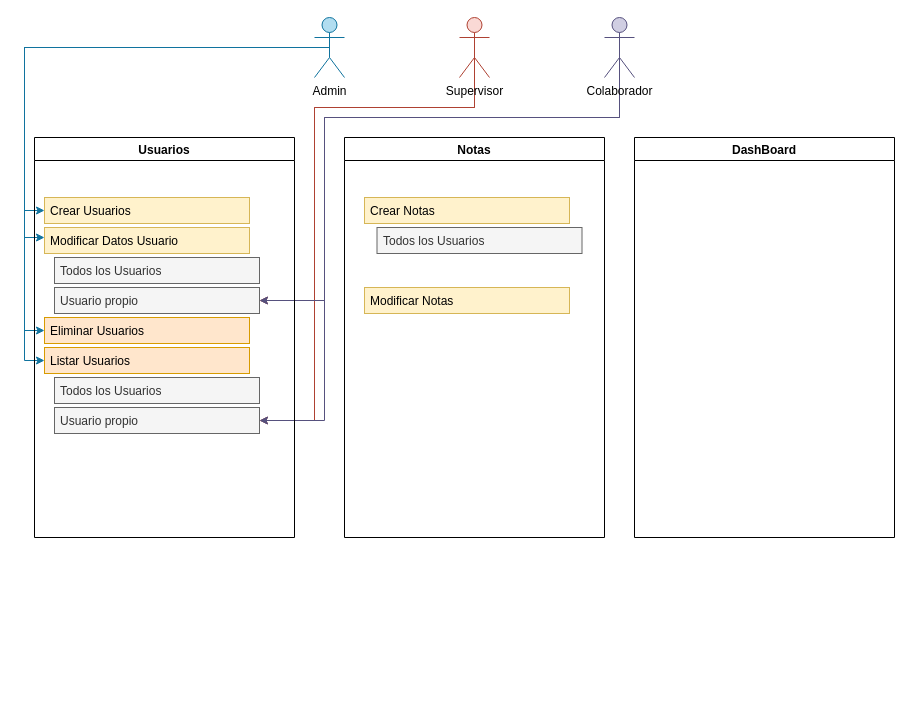
Above: config/todoApp++.drawio in DANIELNAHUN/todo-app- (draw.io), before the change. Source tidied: cells renumbered, new cells numbered last; positions are measured from the earlier drawing's top-left corner, leaving out a move shared by most shapes. Both pictures are drawn from the tidied source at 100%, with x=0, y=0 at pixel (24, 17).
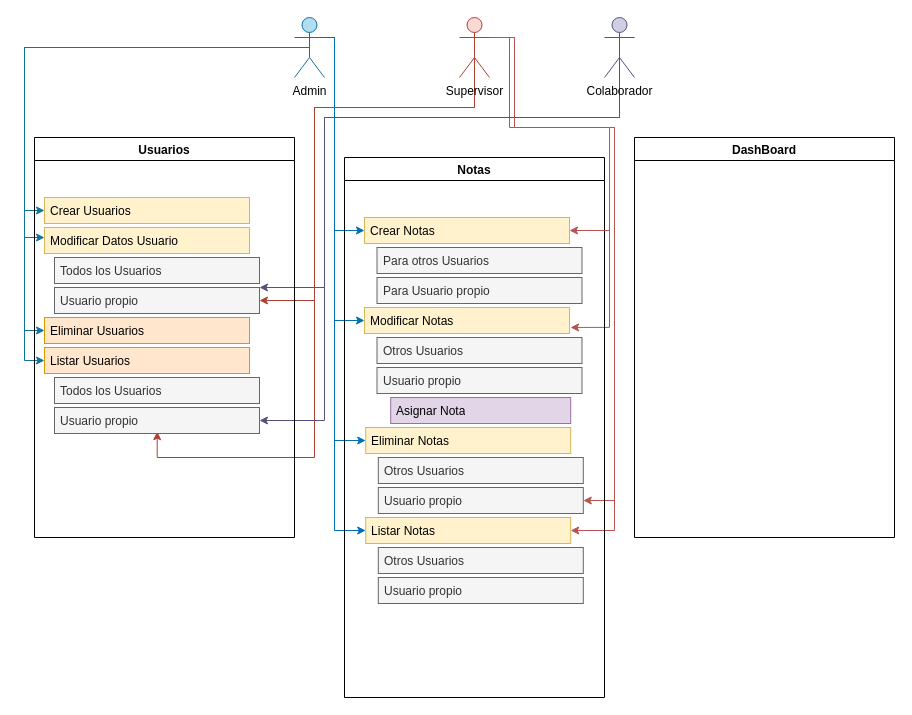
Above is the later version.

Commit message:
Modulo Notas Usuario Admin y Sup

Unchanged cells that the change refers to:
```xml
<mxCell id="9" value="Supervisor" style="shape=umlActor;verticalLabelPosition=bottom;verticalAlign=top;html=1;outlineConnect=0;fillColor=#fad9d5;strokeColor=#ae4132;" parent="1" vertex="1">
  <mxGeometry x="435" width="30" height="60" as="geometry" />
</mxCell>
<mxCell id="12" value="Colaborador" style="shape=umlActor;verticalLabelPosition=bottom;verticalAlign=top;html=1;outlineConnect=0;fillColor=#d0cee2;strokeColor=#56517e;" parent="1" vertex="1">
  <mxGeometry x="580" width="30" height="60" as="geometry" />
</mxCell>
<mxCell id="19" value="Usuario propio" style="text;strokeColor=#666666;fillColor=#f5f5f5;align=left;verticalAlign=top;spacingLeft=4;spacingRight=4;overflow=hidden;points=[[0,0.5],[1,0.5]];portConstraint=eastwest;whiteSpace=wrap;html=1;fontColor=#333333;" parent="13" vertex="1">
  <mxGeometry x="20" y="150" width="205" height="26" as="geometry" />
</mxCell>
<mxCell id="21" value="Usuario propio" style="text;strokeColor=#666666;fillColor=#f5f5f5;align=left;verticalAlign=top;spacingLeft=4;spacingRight=4;overflow=hidden;points=[[0,0.5],[1,0.5]];portConstraint=eastwest;whiteSpace=wrap;html=1;fontColor=#333333;" parent="13" vertex="1">
  <mxGeometry x="20" y="270" width="205" height="26" as="geometry" />
</mxCell>
<mxCell id="23" value="Crear Notas" style="text;strokeColor=#d6b656;fillColor=#fff2cc;align=left;verticalAlign=top;spacingLeft=4;spacingRight=4;overflow=hidden;points=[[0,0.5],[1,0.5]];portConstraint=eastwest;whiteSpace=wrap;html=1;" parent="22" vertex="1">
  <mxGeometry x="20" y="60" width="205" height="26" as="geometry" />
</mxCell>
<mxCell id="24" value="Modificar Notas" style="text;strokeColor=#d6b656;fillColor=#fff2cc;align=left;verticalAlign=top;spacingLeft=4;spacingRight=4;overflow=hidden;points=[[0,0.5],[1,0.5]];portConstraint=eastwest;whiteSpace=wrap;html=1;" parent="22" vertex="1">
  <mxGeometry x="20" y="150" width="205" height="26" as="geometry" />
</mxCell>
```

The edit, as a diff of the source:
```diff
@@
+    <mxCell id="27" style="edgeStyle=orthogonalEdgeStyle;rounded=0;jettySize=auto;html=1;exitX=1;exitY=0.3333333333333333;exitDx=0;exitDy=0;exitPerimeter=0;entryX=0;entryY=0.5;entryDx=0;entryDy=0;fillColor=#1ba1e2;strokeColor=#006EAF;" parent="1" edge="1" source="6" target="23">
+      <mxGeometry relative="1" as="geometry">
+        <Array as="points">
+          <mxPoint x="310" y="20" />
+          <mxPoint x="310" y="213" />
+        </Array>
+      </mxGeometry>
+    </mxCell>
+    <mxCell id="28" style="edgeStyle=orthogonalEdgeStyle;rounded=0;jettySize=auto;html=1;exitX=1;exitY=0.3333333333333333;exitDx=0;exitDy=0;exitPerimeter=0;entryX=0;entryY=0.5;entryDx=0;entryDy=0;fillColor=#1ba1e2;strokeColor=#006EAF;" parent="1" edge="1" source="6" target="24">
+      <mxGeometry relative="1" as="geometry">
+        <Array as="points">
+          <mxPoint x="310" y="20" />
+          <mxPoint x="310" y="303" />
+        </Array>
+      </mxGeometry>
+    </mxCell>
+    <mxCell id="29" style="edgeStyle=orthogonalEdgeStyle;rounded=0;jettySize=auto;html=1;exitX=1;exitY=0.3333333333333333;exitDx=0;exitDy=0;exitPerimeter=0;entryX=0;entryY=0.5;entryDx=0;entryDy=0;fillColor=#1ba1e2;strokeColor=#006EAF;" parent="1" edge="1" source="6" target="37">
+      <mxGeometry relative="1" as="geometry">
+        <Array as="points">
+          <mxPoint x="310" y="20" />
+          <mxPoint x="310" y="423" />
+        </Array>
+      </mxGeometry>
+    </mxCell>
+    <mxCell id="30" style="edgeStyle=orthogonalEdgeStyle;rounded=0;jettySize=auto;html=1;exitX=1;exitY=0.3333333333333333;exitDx=0;exitDy=0;exitPerimeter=0;entryX=0;entryY=0.5;entryDx=0;entryDy=0;fillColor=#1ba1e2;strokeColor=#006EAF;" parent="1" edge="1" source="6" target="40">
+      <mxGeometry relative="1" as="geometry">
+        <Array as="points">
+          <mxPoint x="310" y="20" />
+          <mxPoint x="310" y="513" />
+        </Array>
+      </mxGeometry>
+    </mxCell>
     <mxCell id="6" value="Admin" style="shape=umlActor;verticalLabelPosition=bottom;verticalAlign=top;html=1;outlineConnect=0;fillColor=#b1ddf0;strokeColor=#10739e;" parent="1" vertex="1">
-      <mxGeometry x="290" width="30" height="60" as="geometry" />
+      <mxGeometry x="270" width="30" height="60" as="geometry" />
     </mxCell>
@@
-    <mxCell id="8" style="edgeStyle=orthogonalEdgeStyle;rounded=0;jettySize=auto;html=1;exitX=0.5;exitY=0.5;exitDx=0;exitDy=0;exitPerimeter=0;entryX=1;entryY=0.5;entryDx=0;entryDy=0;fillColor=#fad9d5;strokeColor=#ae4132;" parent="1" edge="1" source="9" target="21">
+    <mxCell id="8" style="edgeStyle=orthogonalEdgeStyle;rounded=0;jettySize=auto;html=1;exitX=0.5;exitY=0.5;exitDx=0;exitDy=0;exitPerimeter=0;fillColor=#fad9d5;strokeColor=#ae4132;entryX=0.501;entryY=0.931;entryDx=0;entryDy=0;entryPerimeter=0;" parent="1" edge="1" source="9" target="21">
       <mxGeometry relative="1" as="geometry">
         <Array as="points">
           <mxPoint x="450" y="90" />
           <mxPoint x="290" y="90" />
-          <mxPoint x="290" y="403" />
+          <mxPoint x="290" y="440" />
+          <mxPoint x="133" y="440" />
         </Array>
       </mxGeometry>
     </mxCell>
+    <mxCell id="31" style="edgeStyle=orthogonalEdgeStyle;rounded=0;jettySize=auto;html=1;exitX=1;exitY=0.3333333333333333;exitDx=0;exitDy=0;exitPerimeter=0;fillColor=#f8cecc;strokeColor=#b85450;entryX=1.005;entryY=0.767;entryDx=0;entryDy=0;entryPerimeter=0;" parent="1" edge="1" target="24">
+      <mxGeometry relative="1" as="geometry">
+        <mxPoint x="460" y="20" as="sourcePoint" />
+        <Array as="points">
+          <mxPoint x="485" y="20" />
+          <mxPoint x="485" y="110" />
+          <mxPoint x="585" y="110" />
+          <mxPoint x="585" y="310" />
+        </Array>
+      </mxGeometry>
+    </mxCell>
+    <mxCell id="32" style="edgeStyle=orthogonalEdgeStyle;rounded=0;jettySize=auto;html=1;exitX=1;exitY=0.3333333333333333;exitDx=0;exitDy=0;exitPerimeter=0;entryX=1;entryY=0.5;entryDx=0;entryDy=0;fillColor=#f8cecc;gradientColor=#ea6b66;strokeColor=#b85450;" parent="1" edge="1" source="9" target="39">
+      <mxGeometry relative="1" as="geometry">
+        <Array as="points">
+          <mxPoint x="490" y="20" />
+          <mxPoint x="490" y="110" />
+          <mxPoint x="590" y="110" />
+          <mxPoint x="590" y="483" />
+        </Array>
+      </mxGeometry>
+    </mxCell>
+    <mxCell id="33" style="edgeStyle=orthogonalEdgeStyle;rounded=0;jettySize=auto;html=1;exitX=1;exitY=0.3333333333333333;exitDx=0;exitDy=0;exitPerimeter=0;entryX=1;entryY=0.5;entryDx=0;entryDy=0;fillColor=#f8cecc;gradientColor=#ea6b66;strokeColor=#b85450;" parent="1" edge="1" source="9" target="40">
+      <mxGeometry relative="1" as="geometry">
+        <Array as="points">
+          <mxPoint x="490" y="20" />
+          <mxPoint x="490" y="110" />
+          <mxPoint x="590" y="110" />
+          <mxPoint x="590" y="513" />
+        </Array>
+      </mxGeometry>
+    </mxCell>
@@
-    <mxCell id="10" style="edgeStyle=orthogonalEdgeStyle;rounded=0;jettySize=auto;html=1;exitX=0.5;exitY=0.5;exitDx=0;exitDy=0;exitPerimeter=0;entryX=1;entryY=0.5;entryDx=0;entryDy=0;fillColor=#d0cee2;strokeColor=#56517e;" parent="1" edge="1" source="12" target="19">
+    <mxCell id="10" style="edgeStyle=orthogonalEdgeStyle;rounded=0;jettySize=auto;html=1;exitX=0.5;exitY=0.5;exitDx=0;exitDy=0;exitPerimeter=0;fillColor=#d0cee2;strokeColor=#56517e;" parent="1" edge="1" source="12" target="19">
       <mxGeometry relative="1" as="geometry">
         <Array as="points">
           <mxPoint x="595" y="100" />
           <mxPoint x="300" y="100" />
-          <mxPoint x="300" y="283" />
+          <mxPoint x="300" y="270" />
         </Array>
       </mxGeometry>
     </mxCell>
@@
     <mxCell id="22" value="Notas" style="swimlane;" parent="1" vertex="1">
-      <mxGeometry x="320" y="120" width="260" height="400" as="geometry" />
+      <mxGeometry x="320" y="140" width="260" height="540" as="geometry" />
     </mxCell>
@@
-    <mxCell id="25" value="Todos los Usuarios" style="text;strokeColor=#666666;fillColor=#f5f5f5;align=left;verticalAlign=top;spacingLeft=4;spacingRight=4;overflow=hidden;whiteSpace=wrap;html=1;fontColor=#333333;" parent="22" vertex="1">
+    <mxCell id="25" value="Para otros Usuarios" style="text;strokeColor=#666666;fillColor=#f5f5f5;align=left;verticalAlign=top;spacingLeft=4;spacingRight=4;overflow=hidden;whiteSpace=wrap;html=1;fontColor=#333333;" parent="22" vertex="1">
       <mxGeometry x="32.5" y="90" width="205" height="26" as="geometry" />
     </mxCell>
+    <mxCell id="34" value="Para Usuario propio" style="text;strokeColor=#666666;fillColor=#f5f5f5;align=left;verticalAlign=top;spacingLeft=4;spacingRight=4;overflow=hidden;whiteSpace=wrap;html=1;fontColor=#333333;" parent="22" vertex="1">
+      <mxGeometry x="32.5" y="120" width="205" height="26" as="geometry" />
+    </mxCell>
+    <mxCell id="35" value="Otros Usuarios" style="text;strokeColor=#666666;fillColor=#f5f5f5;align=left;verticalAlign=top;spacingLeft=4;spacingRight=4;overflow=hidden;whiteSpace=wrap;html=1;fontColor=#333333;" parent="22" vertex="1">
+      <mxGeometry x="32.5" y="180" width="205" height="26" as="geometry" />
+    </mxCell>
+    <mxCell id="36" value="Usuario propio" style="text;strokeColor=#666666;fillColor=#f5f5f5;align=left;verticalAlign=top;spacingLeft=4;spacingRight=4;overflow=hidden;whiteSpace=wrap;html=1;fontColor=#333333;" parent="22" vertex="1">
+      <mxGeometry x="32.5" y="210" width="205" height="26" as="geometry" />
+    </mxCell>
+    <mxCell id="37" value="Eliminar Notas" style="text;strokeColor=#d6b656;fillColor=#fff2cc;align=left;verticalAlign=top;spacingLeft=4;spacingRight=4;overflow=hidden;points=[[0,0.5],[1,0.5]];portConstraint=eastwest;whiteSpace=wrap;html=1;" parent="22" vertex="1">
+      <mxGeometry x="21.2" y="270" width="205" height="26" as="geometry" />
+    </mxCell>
+    <mxCell id="38" value="Otros Usuarios" style="text;strokeColor=#666666;fillColor=#f5f5f5;align=left;verticalAlign=top;spacingLeft=4;spacingRight=4;overflow=hidden;whiteSpace=wrap;html=1;fontColor=#333333;" parent="22" vertex="1">
+      <mxGeometry x="33.8" y="300" width="205" height="26" as="geometry" />
+    </mxCell>
+    <mxCell id="39" value="Usuario propio" style="text;strokeColor=#666666;fillColor=#f5f5f5;align=left;verticalAlign=top;spacingLeft=4;spacingRight=4;overflow=hidden;points=[[0,0.5],[1,0.5]];portConstraint=eastwest;whiteSpace=wrap;html=1;fontColor=#333333;" parent="22" vertex="1">
+      <mxGeometry x="33.8" y="330" width="205" height="26" as="geometry" />
+    </mxCell>
+    <mxCell id="40" value="Listar Notas" style="text;strokeColor=#d6b656;fillColor=#fff2cc;align=left;verticalAlign=top;spacingLeft=4;spacingRight=4;overflow=hidden;points=[[0,0.5],[1,0.5]];portConstraint=eastwest;whiteSpace=wrap;html=1;" parent="22" vertex="1">
+      <mxGeometry x="21.2" y="360" width="205" height="26" as="geometry" />
+    </mxCell>
+    <mxCell id="41" value="Usuario propio" style="text;strokeColor=#666666;fillColor=#f5f5f5;align=left;verticalAlign=top;spacingLeft=4;spacingRight=4;overflow=hidden;whiteSpace=wrap;html=1;fontColor=#333333;" parent="22" vertex="1">
+      <mxGeometry x="33.8" y="420" width="205" height="26" as="geometry" />
+    </mxCell>
+    <mxCell id="42" value="Otros Usuarios" style="text;strokeColor=#666666;fillColor=#f5f5f5;align=left;verticalAlign=top;spacingLeft=4;spacingRight=4;overflow=hidden;whiteSpace=wrap;html=1;fontColor=#333333;" parent="22" vertex="1">
+      <mxGeometry x="33.8" y="390" width="205" height="26" as="geometry" />
+    </mxCell>
+    <mxCell id="43" value="Asignar Nota" style="text;strokeColor=#9673a6;fillColor=#e1d5e7;align=left;verticalAlign=top;spacingLeft=4;spacingRight=4;overflow=hidden;whiteSpace=wrap;html=1;" parent="22" vertex="1">
+      <mxGeometry x="46.2" y="240" width="180" height="26" as="geometry" />
+    </mxCell>
@@
+    <mxCell id="44" style="edgeStyle=orthogonalEdgeStyle;rounded=0;jettySize=auto;html=1;exitX=1;exitY=0.3333333333333333;exitDx=0;exitDy=0;exitPerimeter=0;fillColor=#f8cecc;strokeColor=#b85450;entryX=1;entryY=0.5;entryDx=0;entryDy=0;" parent="1" edge="1" target="23">
+      <mxGeometry relative="1" as="geometry">
+        <mxPoint x="470" y="20" as="sourcePoint" />
+        <Array as="points">
+          <mxPoint x="490" y="20" />
+          <mxPoint x="490" y="110" />
+          <mxPoint x="585" y="110" />
+          <mxPoint x="585" y="213" />
+        </Array>
+      </mxGeometry>
+    </mxCell>
```
